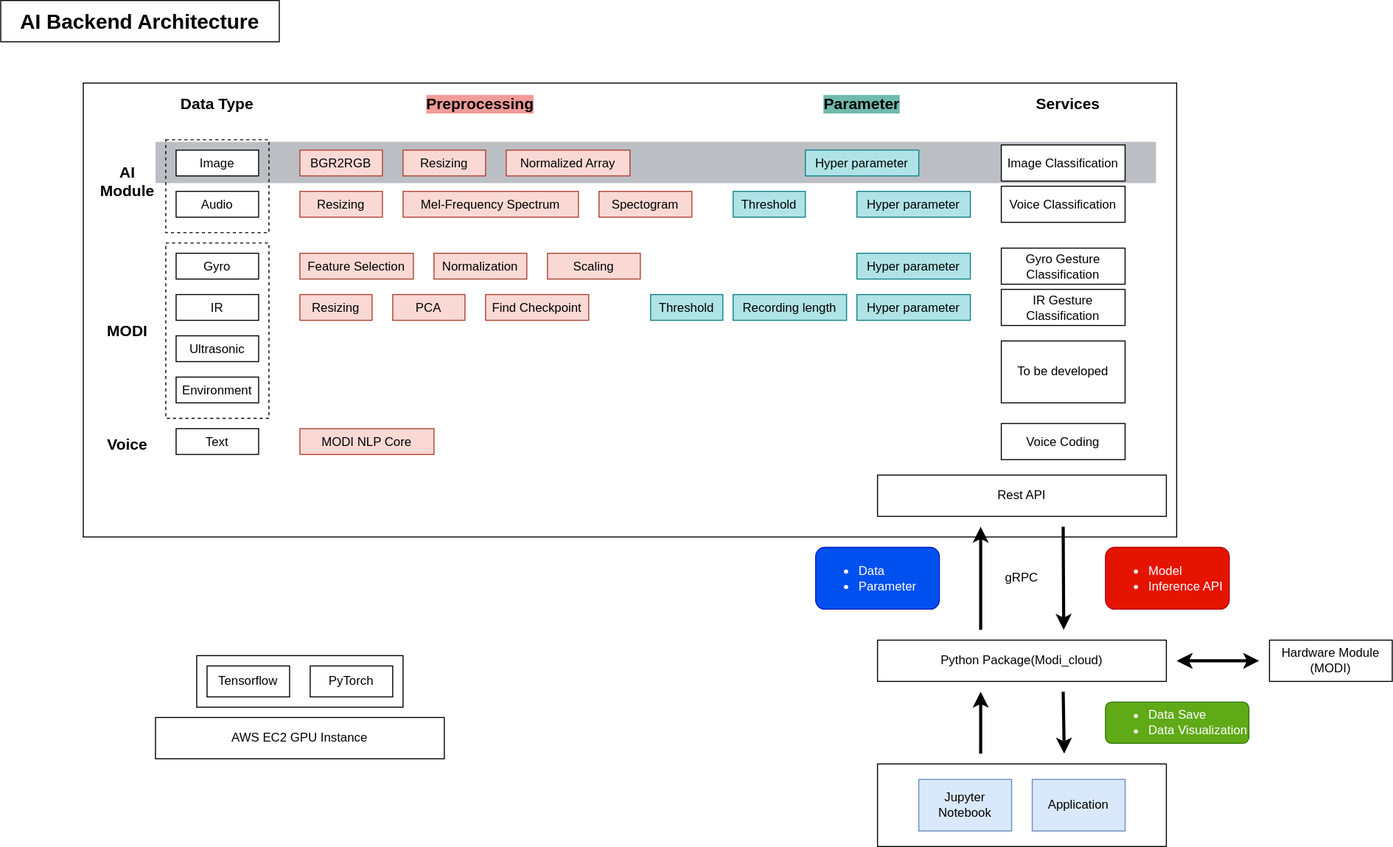
Before: ai-backend-architecture.svg, a diagram exported from draw.io (wsy8029/ml-api-server). Source tidied: cells renumbered, new cells last; positions are measured from the earlier drawing's top-left corner, leaving out a move shared by most shapes.
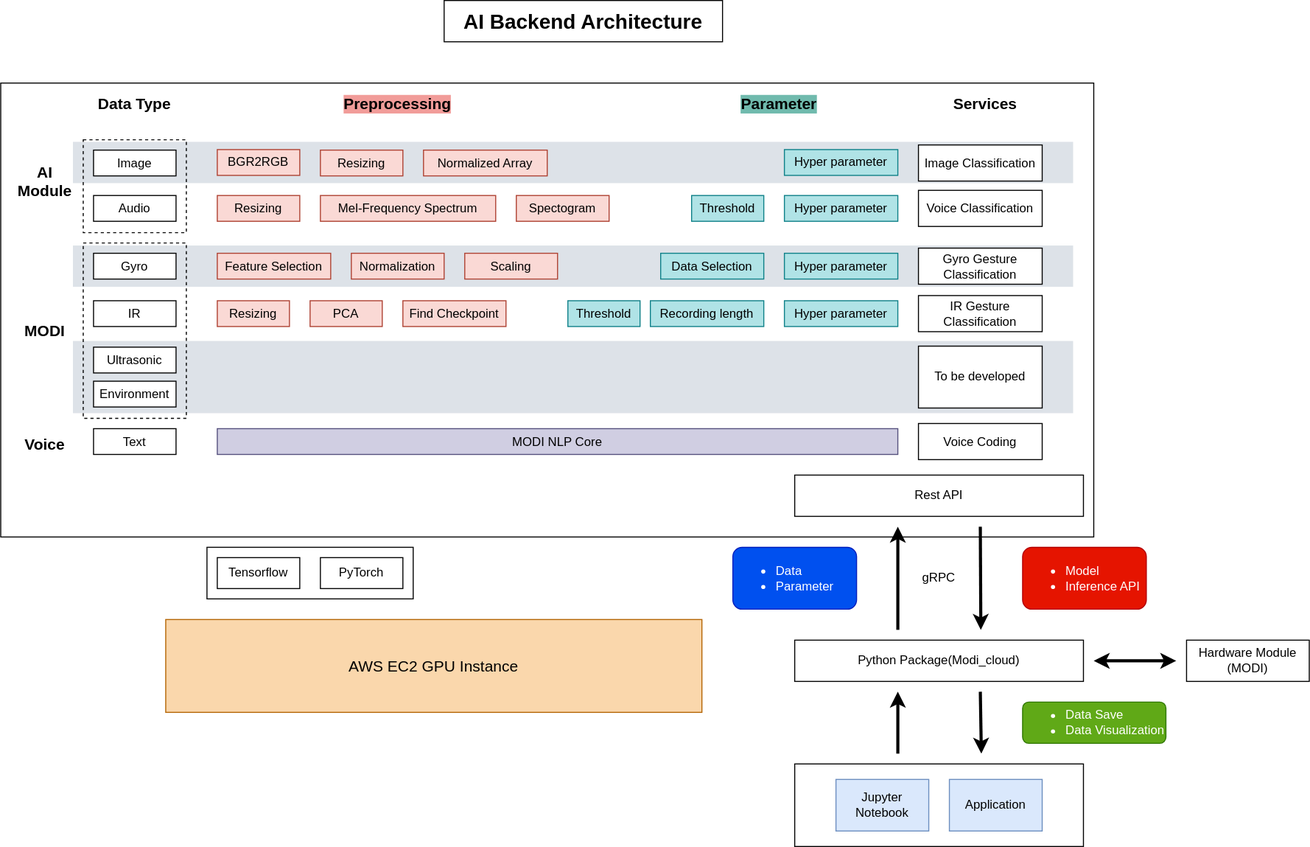
Above is the later version.

Change to the diagram source:
```diff
@@ -5,13 +5,19 @@
     <mxCell id="2" style="rounded=0;whiteSpace=wrap;html=1;align=left;" parent="1" vertex="1">
       <mxGeometry x="80" y="80" width="1060" height="440" as="geometry" />
     </mxCell>
+    <mxCell id="66" style="rounded=0;whiteSpace=wrap;html=1;fontSize=15;align=left;fontColor=#ffffff;strokeColor=none;fillColor=#DDE2E8;" parent="1" vertex="1">
+      <mxGeometry x="150" y="330" width="970" height="70" as="geometry" />
+    </mxCell>
+    <mxCell id="67" style="rounded=0;whiteSpace=wrap;html=1;fontSize=15;align=left;fontColor=#ffffff;strokeColor=none;fillColor=#DDE2E8;" parent="1" vertex="1">
+      <mxGeometry x="150" y="237.5" width="970" height="40" as="geometry" />
+    </mxCell>
-    <mxCell id="3" style="rounded=0;whiteSpace=wrap;html=1;fontSize=15;align=left;fontColor=#ffffff;strokeColor=none;fillColor=#BBBFC4;" parent="1" vertex="1">
+    <mxCell id="3" style="rounded=0;whiteSpace=wrap;html=1;fontSize=15;align=left;fontColor=#ffffff;strokeColor=none;fillColor=#DDE2E8;" parent="1" vertex="1">
       <mxGeometry x="150" y="137" width="970" height="40" as="geometry" />
     </mxCell>
     <mxCell id="4" style="rounded=0;whiteSpace=wrap;html=1;dashed=1;fillColor=none;" parent="1" vertex="1">
       <mxGeometry x="160" y="135" width="100" height="90" as="geometry" />
     </mxCell>
-    <mxCell id="5" style="rounded=0;whiteSpace=wrap;html=1;dashed=1;" parent="1" vertex="1">
+    <mxCell id="5" style="rounded=0;whiteSpace=wrap;html=1;dashed=1;fillColor=none;" parent="1" vertex="1">
       <mxGeometry x="160" y="235" width="100" height="170" as="geometry" />
     </mxCell>
     <mxCell id="6" style="rounded=0;whiteSpace=wrap;html=1;" parent="1" vertex="1">
@@ -21,10 +27,10 @@
       <mxGeometry x="850" y="460" width="280" height="40" as="geometry" />
     </mxCell>
     <mxCell id="8" style="rounded=0;whiteSpace=wrap;html=1;" parent="1" vertex="1">
-      <mxGeometry x="190" y="635" width="200" height="50" as="geometry" />
+      <mxGeometry x="280" y="530" width="200" height="50" as="geometry" />
     </mxCell>
     <mxCell id="9" value="AI Backend Architecture" style="rounded=0;whiteSpace=wrap;html=1;fontStyle=1;fontSize=20;" parent="1" vertex="1">
-      <mxGeometry width="270" height="40" as="geometry" />
+      <mxGeometry x="510" width="270" height="40" as="geometry" />
     </mxCell>
     <mxCell id="10" value="Jupyter Notebook" style="rounded=0;whiteSpace=wrap;html=1;fillColor=#dae8fc;strokeColor=#6c8ebf;" parent="1" vertex="1">
       <mxGeometry x="890" y="755" width="90" height="50" as="geometry" />
@@ -33,10 +39,10 @@
       <mxGeometry x="1000" y="755" width="90" height="50" as="geometry" />
     </mxCell>
     <mxCell id="12" value="Tensorflow" style="rounded=0;whiteSpace=wrap;html=1;" parent="1" vertex="1">
-      <mxGeometry x="200" y="645" width="80" height="30" as="geometry" />
+      <mxGeometry x="290" y="540" width="80" height="30" as="geometry" />
     </mxCell>
     <mxCell id="13" value="PyTorch" style="rounded=0;whiteSpace=wrap;html=1;" parent="1" vertex="1">
-      <mxGeometry x="300" y="645" width="80" height="30" as="geometry" />
+      <mxGeometry x="390" y="540" width="80" height="30" as="geometry" />
     </mxCell>
     <mxCell id="14" style="endArrow=classic;html=1;strokeWidth=3;rounded=1;" parent="1" edge="1">
       <mxGeometry relative="1" as="geometry">
@@ -63,7 +69,7 @@
       <mxGeometry x="170" y="145" width="80" height="25" as="geometry" />
     </mxCell>
     <mxCell id="20" value="Audio" style="rounded=0;whiteSpace=wrap;html=1;" parent="1" vertex="1">
-      <mxGeometry x="170" y="185" width="80" height="25" as="geometry" />
+      <mxGeometry x="170" y="189" width="80" height="25" as="geometry" />
     </mxCell>
     <mxCell id="21" value="Text" style="rounded=0;whiteSpace=wrap;html=1;" parent="1" vertex="1">
       <mxGeometry x="170" y="415" width="80" height="25" as="geometry" />
@@ -72,16 +78,16 @@
       <mxGeometry x="170" y="245" width="80" height="25" as="geometry" />
     </mxCell>
     <mxCell id="23" value="IR" style="rounded=0;whiteSpace=wrap;html=1;" parent="1" vertex="1">
-      <mxGeometry x="170" y="285" width="80" height="25" as="geometry" />
+      <mxGeometry x="170" y="291" width="80" height="25" as="geometry" />
     </mxCell>
     <mxCell id="24" value="Ultrasonic" style="rounded=0;whiteSpace=wrap;html=1;" parent="1" vertex="1">
-      <mxGeometry x="170" y="325" width="80" height="25" as="geometry" />
+      <mxGeometry x="170" y="336" width="80" height="25" as="geometry" />
     </mxCell>
     <mxCell id="25" value="Environment" style="rounded=0;whiteSpace=wrap;html=1;" parent="1" vertex="1">
-      <mxGeometry x="170" y="365" width="80" height="25" as="geometry" />
+      <mxGeometry x="170" y="369" width="80" height="25" as="geometry" />
     </mxCell>
-    <mxCell id="26" value="AWS EC2 GPU Instance" style="rounded=0;whiteSpace=wrap;html=1;" parent="1" vertex="1">
-      <mxGeometry x="150" y="695" width="280" height="40" as="geometry" />
+    <mxCell id="26" value="AWS EC2 GPU Instance" style="rounded=0;whiteSpace=wrap;html=1;fillColor=#fad7ac;strokeColor=#b46504;fontSize=15;" parent="1" vertex="1">
+      <mxGeometry x="240" y="600" width="520" height="90" as="geometry" />
     </mxCell>
     <mxCell id="27" value="Python Package(Modi_cloud)" style="rounded=0;whiteSpace=wrap;html=1;" parent="1" vertex="1">
       <mxGeometry x="850" y="620" width="280" height="40" as="geometry" />
@@ -113,8 +119,8 @@
     <mxCell id="33" value="Data Type" style="text;html=1;strokeColor=none;fillColor=none;align=center;verticalAlign=middle;whiteSpace=wrap;rounded=0;labelBorderColor=none;fontStyle=1;fontSize=15;" parent="1" vertex="1">
       <mxGeometry x="165" y="90" width="90" height="20" as="geometry" />
     </mxCell>
-    <mxCell id="34" value="MODI NLP Core" style="rounded=0;whiteSpace=wrap;html=1;align=center;fillColor=#fad9d5;strokeColor=#ae4132;" parent="1" vertex="1">
-      <mxGeometry x="290" y="415" width="130" height="25" as="geometry" />
+    <mxCell id="34" value="MODI NLP Core" style="rounded=0;whiteSpace=wrap;html=1;align=center;fillColor=#d0cee2;strokeColor=#56517e;" parent="1" vertex="1">
+      <mxGeometry x="290" y="415" width="660" height="25" as="geometry" />
     </mxCell>
     <mxCell id="35" value="Services" style="text;html=1;strokeColor=none;fillColor=none;align=center;verticalAlign=middle;whiteSpace=wrap;rounded=0;labelBorderColor=none;fontStyle=1;fontSize=15;" parent="1" vertex="1">
       <mxGeometry x="990" y="90" width="90" height="20" as="geometry" />
@@ -123,22 +129,22 @@
       <mxGeometry x="970" y="140" width="120" height="35" as="geometry" />
     </mxCell>
     <mxCell id="37" value="Voice Classification" style="rounded=0;whiteSpace=wrap;html=1;" parent="1" vertex="1">
-      <mxGeometry x="970" y="180" width="120" height="35" as="geometry" />
+      <mxGeometry x="970" y="184" width="120" height="35" as="geometry" />
     </mxCell>
     <mxCell id="38" value="Gyro Gesture Classification" style="rounded=0;whiteSpace=wrap;html=1;" parent="1" vertex="1">
       <mxGeometry x="970" y="240" width="120" height="35" as="geometry" />
     </mxCell>
     <mxCell id="39" value="IR Gesture Classification" style="rounded=0;whiteSpace=wrap;html=1;" parent="1" vertex="1">
-      <mxGeometry x="970" y="280" width="120" height="35" as="geometry" />
+      <mxGeometry x="970" y="286" width="120" height="35" as="geometry" />
     </mxCell>
     <mxCell id="40" value="To be developed" style="rounded=0;whiteSpace=wrap;html=1;" parent="1" vertex="1">
-      <mxGeometry x="970" y="330" width="120" height="60" as="geometry" />
+      <mxGeometry x="970" y="335" width="120" height="60" as="geometry" />
     </mxCell>
     <mxCell id="41" value="Voice Coding" style="rounded=0;whiteSpace=wrap;html=1;align=center;" parent="1" vertex="1">
       <mxGeometry x="970" y="410" width="120" height="35" as="geometry" />
     </mxCell>
     <mxCell id="42" value="BGR2RGB" style="rounded=0;whiteSpace=wrap;html=1;fillColor=#fad9d5;strokeColor=#ae4132;" parent="1" vertex="1">
-      <mxGeometry x="290" y="145" width="80" height="25" as="geometry" />
+      <mxGeometry x="290" y="144.5" width="80" height="25" as="geometry" />
     </mxCell>
     <mxCell id="43" value="Resizing" style="rounded=0;whiteSpace=wrap;html=1;fillColor=#fad9d5;strokeColor=#ae4132;" parent="1" vertex="1">
       <mxGeometry x="390" y="145" width="80" height="25" as="geometry" />
@@ -156,13 +162,13 @@
       <mxGeometry x="103" y="420" width="40" height="20" as="geometry" />
     </mxCell>
     <mxCell id="48" value="Resizing" style="rounded=0;whiteSpace=wrap;html=1;fillColor=#fad9d5;strokeColor=#ae4132;" parent="1" vertex="1">
-      <mxGeometry x="290" y="185" width="80" height="25" as="geometry" />
+      <mxGeometry x="290" y="189" width="80" height="25" as="geometry" />
     </mxCell>
     <mxCell id="49" value="Mel-Frequency Spectrum" style="rounded=0;whiteSpace=wrap;html=1;fillColor=#fad9d5;strokeColor=#ae4132;" parent="1" vertex="1">
-      <mxGeometry x="390" y="185" width="170" height="25" as="geometry" />
+      <mxGeometry x="390" y="189" width="170" height="25" as="geometry" />
     </mxCell>
     <mxCell id="50" value="Spectogram" style="rounded=0;whiteSpace=wrap;html=1;fillColor=#fad9d5;strokeColor=#ae4132;" parent="1" vertex="1">
-      <mxGeometry x="580" y="185" width="90" height="25" as="geometry" />
+      <mxGeometry x="580" y="189" width="90" height="25" as="geometry" />
     </mxCell>
     <mxCell id="51" value="Normalization" style="rounded=0;whiteSpace=wrap;html=1;fillColor=#fad9d5;strokeColor=#ae4132;" parent="1" vertex="1">
       <mxGeometry x="420" y="245" width="90" height="25" as="geometry" />
@@ -180,34 +186,37 @@
       <mxGeometry x="790" y="90" width="90" height="20" as="geometry" />
     </mxCell>
     <mxCell id="56" value="Resizing" style="rounded=0;whiteSpace=wrap;html=1;fillColor=#fad9d5;strokeColor=#ae4132;" parent="1" vertex="1">
-      <mxGeometry x="290" y="285" width="70" height="25" as="geometry" />
+      <mxGeometry x="290" y="291" width="70" height="25" as="geometry" />
     </mxCell>
     <mxCell id="57" value="Threshold" style="rounded=0;whiteSpace=wrap;html=1;fillColor=#b0e3e6;strokeColor=#0e8088;" parent="1" vertex="1">
-      <mxGeometry x="630" y="285" width="70" height="25" as="geometry" />
+      <mxGeometry x="630" y="291" width="70" height="25" as="geometry" />
     </mxCell>
     <mxCell id="58" value="Recording length" style="rounded=0;whiteSpace=wrap;html=1;fillColor=#b0e3e6;strokeColor=#0e8088;" parent="1" vertex="1">
-      <mxGeometry x="710" y="285" width="110" height="25" as="geometry" />
+      <mxGeometry x="710" y="291" width="110" height="25" as="geometry" />
     </mxCell>
     <mxCell id="59" value="PCA" style="rounded=0;whiteSpace=wrap;html=1;fillColor=#fad9d5;strokeColor=#ae4132;" parent="1" vertex="1">
-      <mxGeometry x="380" y="285" width="70" height="25" as="geometry" />
+      <mxGeometry x="380" y="291" width="70" height="25" as="geometry" />
     </mxCell>
     <mxCell id="60" value="Find Checkpoint" style="rounded=0;whiteSpace=wrap;html=1;fillColor=#fad9d5;strokeColor=#ae4132;" parent="1" vertex="1">
-      <mxGeometry x="470" y="285" width="100" height="25" as="geometry" />
+      <mxGeometry x="470" y="291" width="100" height="25" as="geometry" />
     </mxCell>
     <mxCell id="61" value="Hyper parameter" style="rounded=0;whiteSpace=wrap;html=1;fillColor=#b0e3e6;strokeColor=#0e8088;" parent="1" vertex="1">
-      <mxGeometry x="780" y="145" width="110" height="25" as="geometry" />
+      <mxGeometry x="840" y="144.5" width="110" height="25" as="geometry" />
     </mxCell>
     <mxCell id="62" value="Hyper parameter" style="rounded=0;whiteSpace=wrap;html=1;fillColor=#b0e3e6;strokeColor=#0e8088;" parent="1" vertex="1">
-      <mxGeometry x="830" y="185" width="110" height="25" as="geometry" />
+      <mxGeometry x="840" y="189" width="110" height="25" as="geometry" />
     </mxCell>
     <mxCell id="63" value="Threshold" style="rounded=0;whiteSpace=wrap;html=1;fillColor=#b0e3e6;strokeColor=#0e8088;" parent="1" vertex="1">
-      <mxGeometry x="710" y="185" width="70" height="25" as="geometry" />
+      <mxGeometry x="750" y="189" width="70" height="25" as="geometry" />
     </mxCell>
     <mxCell id="64" value="Hyper parameter" style="rounded=0;whiteSpace=wrap;html=1;fillColor=#b0e3e6;strokeColor=#0e8088;" parent="1" vertex="1">
-      <mxGeometry x="830" y="245" width="110" height="25" as="geometry" />
+      <mxGeometry x="840" y="245" width="110" height="25" as="geometry" />
     </mxCell>
     <mxCell id="65" value="Hyper parameter" style="rounded=0;whiteSpace=wrap;html=1;fillColor=#b0e3e6;strokeColor=#0e8088;" parent="1" vertex="1">
-      <mxGeometry x="830" y="285" width="110" height="25" as="geometry" />
+      <mxGeometry x="840" y="291" width="110" height="25" as="geometry" />
     </mxCell>
+    <mxCell id="68" value="Data Selection" style="rounded=0;whiteSpace=wrap;html=1;fillColor=#b0e3e6;strokeColor=#0e8088;" parent="1" vertex="1">
+      <mxGeometry x="720" y="245" width="100" height="25" as="geometry" />
+    </mxCell>
   </root>
 </mxGraphModel>
```
